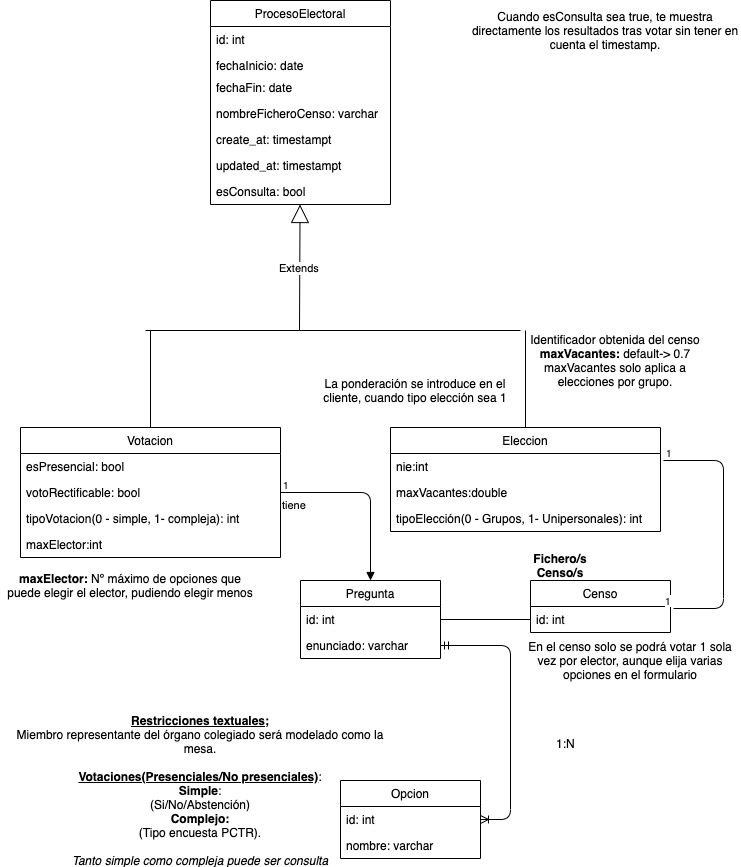
SalkerAG/Votaciones-Pinf-20 keeps this draw.io diagram as Análisis/diagramabd_votaciones.png. Above is the earlier version. Source tidied: cells renumbered, new cells last; positions are measured from the earlier drawing's top-left corner, leaving out a move shared by most shapes.
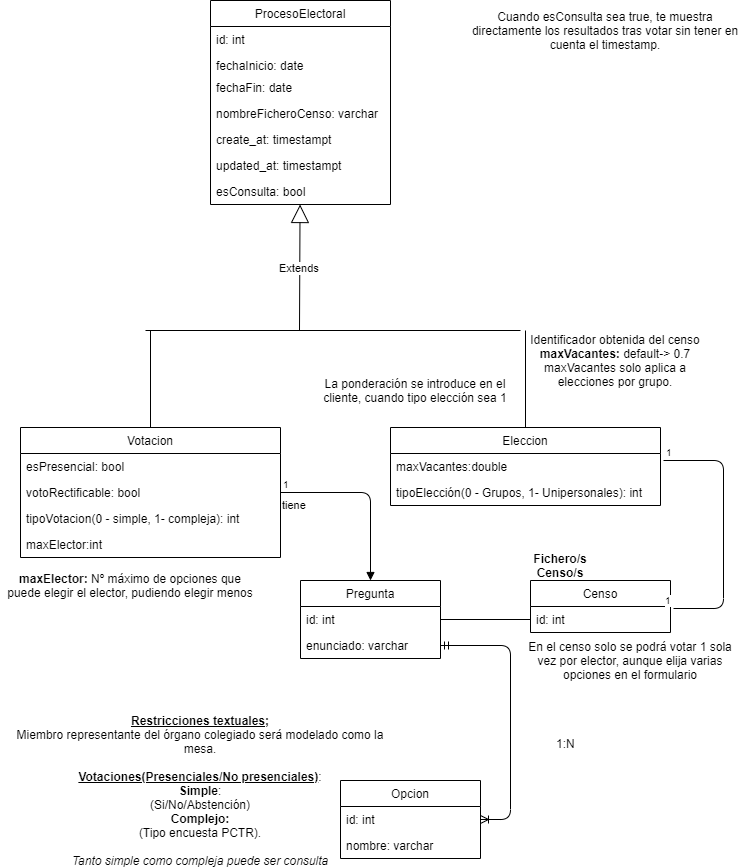
The same diagram one commit later.

Commit message:
Eliminada errata del campo nie de la tabla Elección

What changed in the source:
```diff
@@ -63,16 +63,13 @@
       <mxGeometry y="104" width="260" height="26" as="geometry" />
     </mxCell>
     <mxCell id="19" value="Eleccion" style="swimlane;fontStyle=0;horizontal=1;startSize=26;fillColor=none;" parent="1" vertex="1">
-      <mxGeometry x="390" y="427" width="270" height="104" as="geometry" />
+      <mxGeometry x="390" y="427" width="270" height="78" as="geometry" />
     </mxCell>
-    <mxCell id="20" value="nie:int" style="text;strokeColor=none;fillColor=none;align=left;verticalAlign=top;spacingLeft=4;spacingRight=4;overflow=hidden;" parent="19" vertex="1">
-      <mxGeometry y="26" width="270" height="26" as="geometry" />
-    </mxCell>
     <mxCell id="21" value="maxVacantes:double" style="text;strokeColor=none;fillColor=none;align=left;verticalAlign=top;spacingLeft=4;spacingRight=4;overflow=hidden;" parent="19" vertex="1">
-      <mxGeometry y="52" width="270" height="26" as="geometry" />
+      <mxGeometry y="26" width="270" height="26" as="geometry" />
     </mxCell>
     <mxCell id="22" value="tipoElección(0 - Grupos, 1- Unipersonales): int&#10;" style="text;strokeColor=none;fillColor=none;align=left;verticalAlign=top;spacingLeft=4;spacingRight=4;overflow=hidden;fontStyle=0;" parent="19" vertex="1">
-      <mxGeometry y="78" width="270" height="26" as="geometry" />
+      <mxGeometry y="52" width="270" height="26" as="geometry" />
     </mxCell>
     <mxCell id="23" value="Pregunta" style="swimlane;fontStyle=0;horizontal=1;startSize=26;fillColor=none;" parent="1" vertex="1">
       <mxGeometry x="300" y="580" width="140" height="78" as="geometry" />
```
